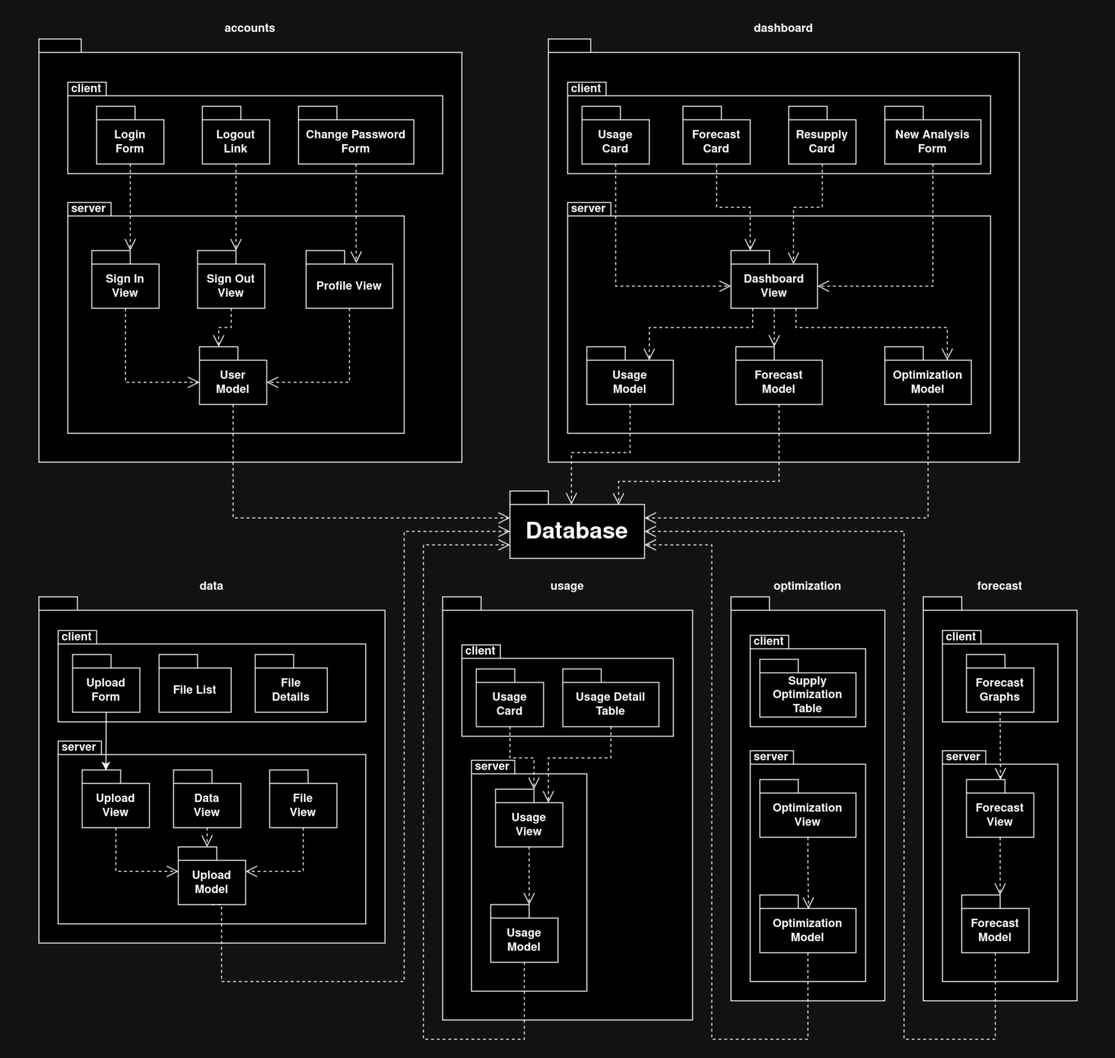
This is assets/Iteration5/Barrios_SubsystemDecomposition_Full.png from 4306-team-noname/barrios, a draw.io export, as it was before one commit. Source tidied: cells renumbered, new cells last; positions are measured from the earlier drawing's top-left corner, leaving out a move shared by most shapes.
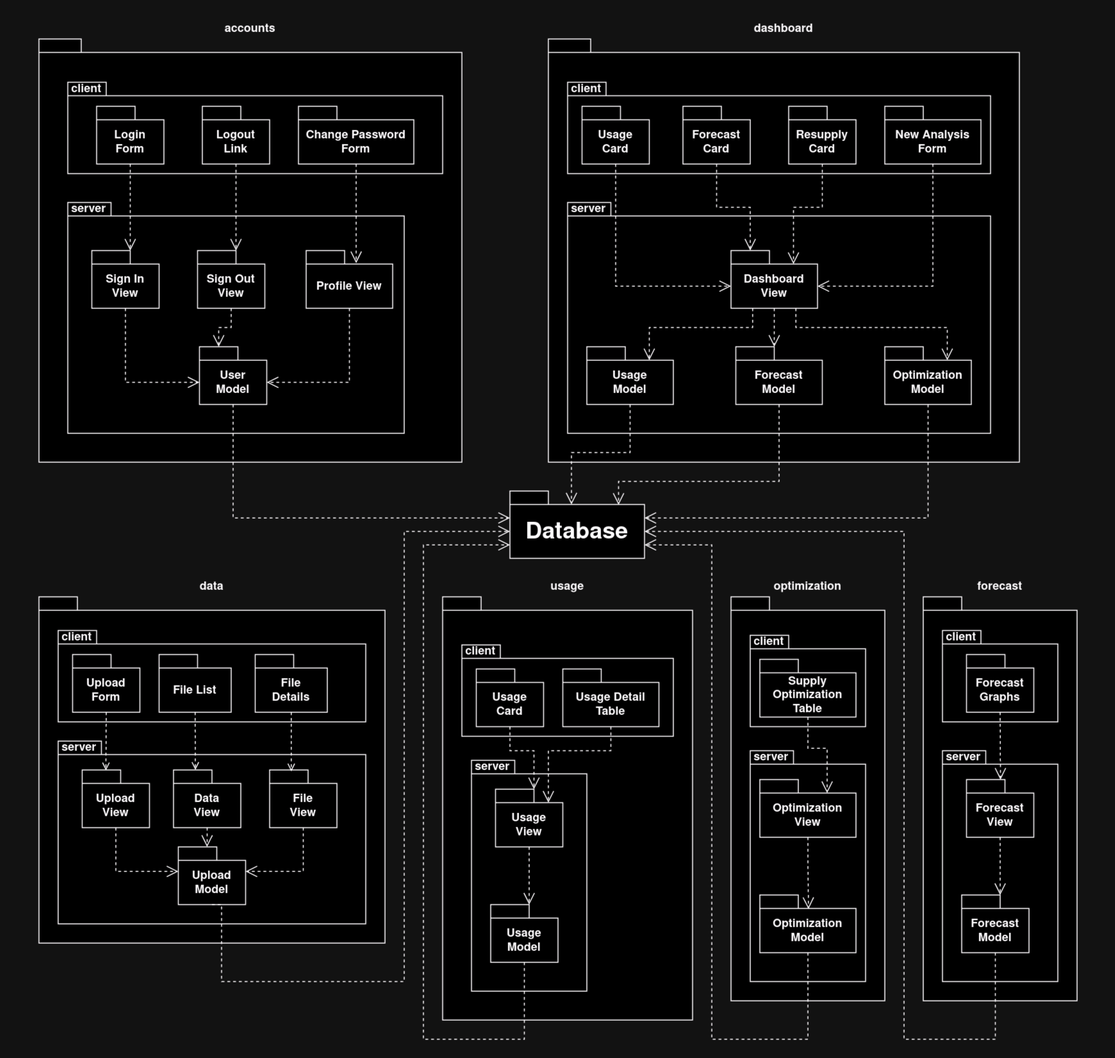
The same diagram one commit later.

Commit message:
Update decomposition diagram

The edit, as a diff of the source:
```diff
@@ -134,10 +134,20 @@
       </mxGeometry>
     </mxCell>
     <mxCell id="45" style="edgeStyle=orthogonalEdgeStyle;rounded=0;jettySize=auto;html=1;exitX=0.5;exitY=1;exitDx=0;exitDy=0;exitPerimeter=0;entryX=0;entryY=0;entryDx=40;entryDy=0;entryPerimeter=0;dashed=1;endArrow=open;endFill=0;endSize=10;" parent="37" edge="1" source="39" target="42">
-      <mxGeometry relative="1" as="geometry" />
+      <mxGeometry relative="1" as="geometry">
+        <Array as="points">
+          <mxPoint x="70" y="160" />
+          <mxPoint x="95" y="160" />
+        </Array>
+      </mxGeometry>
     </mxCell>
     <mxCell id="46" style="edgeStyle=orthogonalEdgeStyle;rounded=0;jettySize=auto;html=1;exitX=0.5;exitY=1;exitDx=0;exitDy=0;exitPerimeter=0;entryX=0;entryY=0;entryDx=55;entryDy=14;entryPerimeter=0;dashed=1;endArrow=open;endFill=0;endSize=10;" parent="37" edge="1" source="40" target="42">
-      <mxGeometry relative="1" as="geometry" />
+      <mxGeometry relative="1" as="geometry">
+        <Array as="points">
+          <mxPoint x="175" y="160" />
+          <mxPoint x="110" y="160" />
+        </Array>
+      </mxGeometry>
     </mxCell>
     <mxCell id="47" value="data" style="shape=folder;fontStyle=1;spacingTop=10;tabWidth=40;tabHeight=14;tabPosition=left;html=1;whiteSpace=wrap;comic=0;verticalAlign=bottom;labelPosition=center;verticalLabelPosition=top;align=center;" parent="1" vertex="1">
       <mxGeometry y="580" width="360" height="360" as="geometry" />
@@ -180,9 +190,15 @@
     <mxCell id="59" style="edgeStyle=orthogonalEdgeStyle;rounded=0;jettySize=auto;html=1;exitX=0.5;exitY=1;exitDx=0;exitDy=0;exitPerimeter=0;entryX=0;entryY=0;entryDx=70;entryDy=25.5;entryPerimeter=0;dashed=1;endArrow=open;endFill=0;endSize=10;" parent="52" edge="1" source="58" target="54">
       <mxGeometry relative="1" as="geometry" />
     </mxCell>
-    <mxCell id="60" style="rounded=0;jettySize=auto;html=1;exitX=0.5;exitY=1;exitDx=0;exitDy=0;exitPerimeter=0;entryX=0.352;entryY=0.008;entryDx=0;entryDy=0;entryPerimeter=0;" parent="47" edge="1" source="49" target="53">
+    <mxCell id="60" style="rounded=0;jettySize=auto;html=1;exitX=0.5;exitY=1;exitDx=0;exitDy=0;exitPerimeter=0;entryX=0.352;entryY=0.008;entryDx=0;entryDy=0;entryPerimeter=0;dashed=1;endArrow=open;endFill=0;" parent="47" edge="1" source="49" target="53">
       <mxGeometry relative="1" as="geometry" />
     </mxCell>
+    <mxCell id="85" style="rounded=0;jettySize=auto;html=1;exitX=0.5;exitY=1;exitDx=0;exitDy=0;exitPerimeter=0;entryX=0.325;entryY=0;entryDx=0;entryDy=0;entryPerimeter=0;dashed=1;endArrow=open;endFill=0;" parent="47" edge="1" source="50" target="57">
+      <mxGeometry relative="1" as="geometry" />
+    </mxCell>
+    <mxCell id="86" style="rounded=0;jettySize=auto;html=1;exitX=0.5;exitY=1;exitDx=0;exitDy=0;exitPerimeter=0;entryX=0.322;entryY=0.026;entryDx=0;entryDy=0;entryPerimeter=0;dashed=1;endArrow=open;endFill=0;" parent="47" edge="1" source="51" target="58">
+      <mxGeometry relative="1" as="geometry" />
+    </mxCell>
     <mxCell id="61" value="forecast" style="shape=folder;fontStyle=1;spacingTop=10;tabWidth=40;tabHeight=14;tabPosition=left;html=1;whiteSpace=wrap;comic=0;verticalAlign=bottom;labelPosition=center;verticalLabelPosition=top;align=center;" parent="1" vertex="1">
       <mxGeometry x="920" y="580" width="160" height="420" as="geometry" />
     </mxCell>
@@ -233,6 +249,9 @@
     <mxCell id="76" style="edgeStyle=orthogonalEdgeStyle;rounded=0;orthogonalLoop=1;jettySize=auto;html=1;exitX=0.5;exitY=1;exitDx=0;exitDy=0;exitPerimeter=0;" parent="72" edge="1" source="74" target="74">
       <mxGeometry relative="1" as="geometry" />
     </mxCell>
+    <mxCell id="87" style="edgeStyle=orthogonalEdgeStyle;rounded=0;jettySize=auto;html=1;entryX=0;entryY=0;entryDx=70;entryDy=14;entryPerimeter=0;dashed=1;endArrow=open;endFill=0;endSize=10;" parent="69" edge="1" source="71" target="73">
+      <mxGeometry relative="1" as="geometry" />
+    </mxCell>
     <mxCell id="77" style="edgeStyle=orthogonalEdgeStyle;rounded=0;jettySize=auto;html=1;exitX=0.5;exitY=1;exitDx=0;exitDy=0;exitPerimeter=0;entryX=0;entryY=0;entryDx=0;entryDy=28;entryPerimeter=0;dashed=1;endArrow=open;endFill=0;endSize=10;" parent="1" edge="1" source="11" target="36">
       <mxGeometry relative="1" as="geometry" />
     </mxCell>
```
